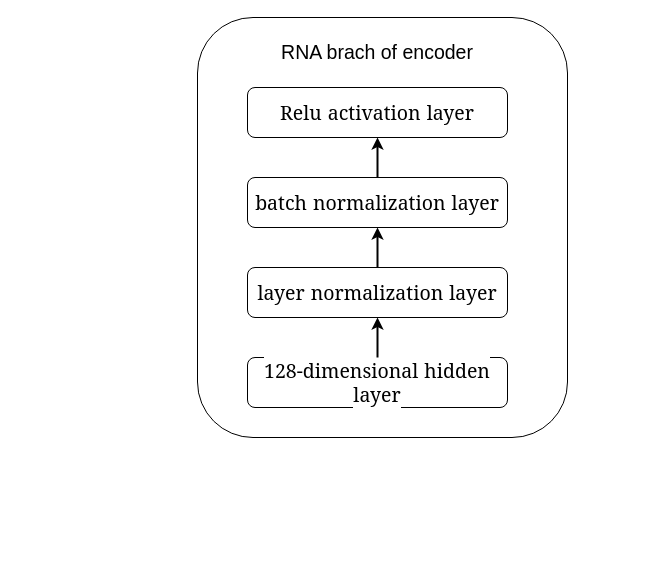
This is page "第 1 页" (1 of 5) of singleCellMutiOmics/scMVP.drawio from Freedom04/Technical-Notes, a draw.io file, before an edit. Source tidied: cells renumbered, new cells numbered last; positions are measured from the earlier drawing's top-left corner, leaving out a move shared by most shapes. Both pictures are drawn from the tidied source at 100%, with x=0, y=0 at pixel (197, 17).
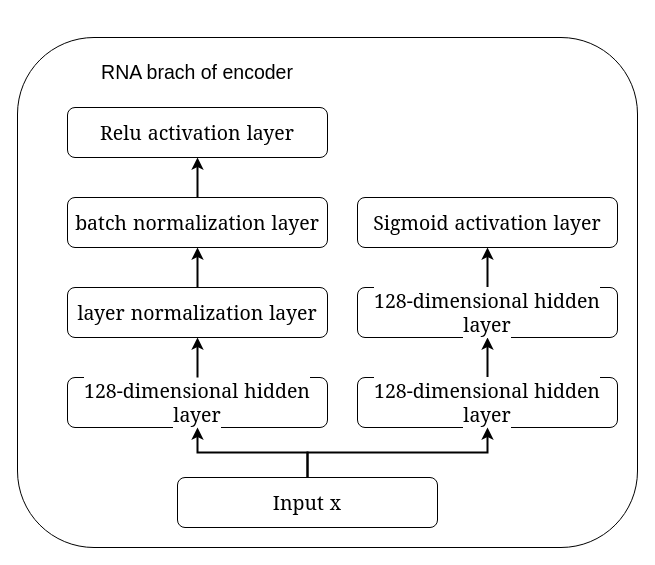
Above is the later version.

The edit, as a diff of the source:
```diff
@@
 <mxGraphModel>
   <root>
     <mxCell id="0" />
     <mxCell id="1" parent="0" />
-    <mxCell id="2" style="group;" parent="1" vertex="1">
-      <mxGeometry width="370" height="420" as="geometry" />
-    </mxCell>
-    <mxCell id="3" style="rounded=1;whiteSpace=wrap;html=1;" parent="2" vertex="1">
-      <mxGeometry width="370" height="420" as="geometry" />
+    <mxCell id="3" style="rounded=1;whiteSpace=wrap;html=1;" parent="1" vertex="1">
+      <mxGeometry x="-180" y="20" width="620" height="510" as="geometry" />
     </mxCell>
-    <mxCell id="4" value="&lt;span style=&quot;font-family: Georgia, Cambria, Menlo, &amp;quot;Microsoft YaHei&amp;quot;, 微软雅黑, Georgia, Times, SimSun; font-size: 19.5px; orphans: 4; text-align: justify; word-spacing: 0.975px; background-color: rgb(255, 255, 255);&quot;&gt;128-dimensional hidden layer&lt;/span&gt;" style="rounded=1;whiteSpace=wrap;html=1;" parent="2" vertex="1">
-      <mxGeometry x="50" y="340" width="260" height="50" as="geometry" />
+    <mxCell id="4" value="&lt;span style=&quot;font-family: Georgia, Cambria, Menlo, &amp;quot;Microsoft YaHei&amp;quot;, 微软雅黑, Georgia, Times, SimSun; font-size: 19.5px; orphans: 4; text-align: justify; word-spacing: 0.975px; background-color: rgb(255, 255, 255);&quot;&gt;128-dimensional hidden layer&lt;/span&gt;" style="rounded=1;whiteSpace=wrap;html=1;" parent="1" vertex="1">
+      <mxGeometry x="-130" y="360" width="260" height="50" as="geometry" />
     </mxCell>
-    <mxCell id="5" value="&lt;span style=&quot;font-family: Georgia, Cambria, Menlo, &amp;quot;Microsoft YaHei&amp;quot;, 微软雅黑, Georgia, Times, SimSun; font-size: 19.5px; orphans: 4; text-align: justify; word-spacing: 0.975px; background-color: rgb(255, 255, 255);&quot;&gt;layer normalization layer&lt;/span&gt;" style="rounded=1;whiteSpace=wrap;html=1;" parent="2" vertex="1">
-      <mxGeometry x="50" y="250" width="260" height="50" as="geometry" />
+    <mxCell id="5" value="&lt;span style=&quot;font-family: Georgia, Cambria, Menlo, &amp;quot;Microsoft YaHei&amp;quot;, 微软雅黑, Georgia, Times, SimSun; font-size: 19.5px; orphans: 4; text-align: justify; word-spacing: 0.975px; background-color: rgb(255, 255, 255);&quot;&gt;layer normalization layer&lt;/span&gt;" style="rounded=1;whiteSpace=wrap;html=1;" parent="1" vertex="1">
+      <mxGeometry x="-130" y="270" width="260" height="50" as="geometry" />
     </mxCell>
-    <mxCell id="6" style="edgeStyle=orthogonalEdgeStyle;rounded=0;jettySize=auto;html=1;entryX=0.5;entryY=1;entryDx=0;entryDy=0;strokeWidth=2;" parent="2" edge="1" source="4" target="5">
+    <mxCell id="6" style="edgeStyle=orthogonalEdgeStyle;rounded=0;jettySize=auto;html=1;entryX=0.5;entryY=1;entryDx=0;entryDy=0;strokeWidth=2;" parent="1" edge="1" source="4" target="5">
       <mxGeometry relative="1" as="geometry" />
     </mxCell>
-    <mxCell id="7" value="&lt;span style=&quot;font-family: Georgia, Cambria, Menlo, &amp;quot;Microsoft YaHei&amp;quot;, 微软雅黑, Georgia, Times, SimSun; font-size: 19.5px; orphans: 4; text-align: justify; word-spacing: 0.975px; background-color: rgb(255, 255, 255);&quot;&gt;batch normalization layer&lt;/span&gt;" style="rounded=1;whiteSpace=wrap;html=1;" parent="2" vertex="1">
-      <mxGeometry x="50" y="160" width="260" height="50" as="geometry" />
+    <mxCell id="7" value="&lt;span style=&quot;font-family: Georgia, Cambria, Menlo, &amp;quot;Microsoft YaHei&amp;quot;, 微软雅黑, Georgia, Times, SimSun; font-size: 19.5px; orphans: 4; text-align: justify; word-spacing: 0.975px; background-color: rgb(255, 255, 255);&quot;&gt;batch normalization layer&lt;/span&gt;" style="rounded=1;whiteSpace=wrap;html=1;" parent="1" vertex="1">
+      <mxGeometry x="-130" y="180" width="260" height="50" as="geometry" />
     </mxCell>
-    <mxCell id="8" style="edgeStyle=orthogonalEdgeStyle;rounded=0;jettySize=auto;html=1;exitX=0.5;exitY=0;exitDx=0;exitDy=0;entryX=0.5;entryY=1;entryDx=0;entryDy=0;strokeWidth=2;" parent="2" edge="1" source="5" target="7">
+    <mxCell id="8" style="edgeStyle=orthogonalEdgeStyle;rounded=0;jettySize=auto;html=1;exitX=0.5;exitY=0;exitDx=0;exitDy=0;entryX=0.5;entryY=1;entryDx=0;entryDy=0;strokeWidth=2;" parent="1" edge="1" source="5" target="7">
       <mxGeometry relative="1" as="geometry" />
     </mxCell>
-    <mxCell id="9" style="edgeStyle=orthogonalEdgeStyle;rounded=0;orthogonalLoop=1;jettySize=auto;html=1;exitX=0.5;exitY=1;exitDx=0;exitDy=0;" parent="2" edge="1" source="7" target="7">
+    <mxCell id="9" style="edgeStyle=orthogonalEdgeStyle;rounded=0;orthogonalLoop=1;jettySize=auto;html=1;exitX=0.5;exitY=1;exitDx=0;exitDy=0;" parent="1" edge="1" source="7" target="7">
       <mxGeometry relative="1" as="geometry" />
     </mxCell>
-    <mxCell id="10" value="&lt;span style=&quot;font-family: Georgia, Cambria, Menlo, &amp;quot;Microsoft YaHei&amp;quot;, 微软雅黑, Georgia, Times, SimSun; font-size: 19.5px; orphans: 4; text-align: justify; word-spacing: 0.975px; background-color: rgb(255, 255, 255);&quot;&gt;Relu activation layer&lt;/span&gt;" style="rounded=1;whiteSpace=wrap;html=1;" parent="2" vertex="1">
-      <mxGeometry x="50" y="70" width="260" height="50" as="geometry" />
+    <mxCell id="10" value="&lt;span style=&quot;font-family: Georgia, Cambria, Menlo, &amp;quot;Microsoft YaHei&amp;quot;, 微软雅黑, Georgia, Times, SimSun; font-size: 19.5px; orphans: 4; text-align: justify; word-spacing: 0.975px; background-color: rgb(255, 255, 255);&quot;&gt;Relu activation layer&lt;/span&gt;" style="rounded=1;whiteSpace=wrap;html=1;" parent="1" vertex="1">
+      <mxGeometry x="-130" y="90" width="260" height="50" as="geometry" />
     </mxCell>
-    <mxCell id="11" style="edgeStyle=orthogonalEdgeStyle;rounded=0;jettySize=auto;html=1;exitX=0.5;exitY=0;exitDx=0;exitDy=0;entryX=0.5;entryY=1;entryDx=0;entryDy=0;strokeWidth=2;" parent="2" edge="1" source="7" target="10">
+    <mxCell id="11" style="edgeStyle=orthogonalEdgeStyle;rounded=0;jettySize=auto;html=1;exitX=0.5;exitY=0;exitDx=0;exitDy=0;entryX=0.5;entryY=1;entryDx=0;entryDy=0;strokeWidth=2;" parent="1" edge="1" source="7" target="10">
       <mxGeometry relative="1" as="geometry" />
     </mxCell>
-    <mxCell id="12" value="&lt;font style=&quot;font-size: 19.5px;&quot;&gt;RNA brach of encoder&lt;/font&gt;" style="rounded=1;whiteSpace=wrap;html=1;strokeColor=none;" parent="2" vertex="1">
-      <mxGeometry x="60" y="10" width="240" height="50" as="geometry" />
+    <mxCell id="12" value="&lt;font style=&quot;font-size: 19.5px;&quot;&gt;RNA brach of encoder&lt;/font&gt;" style="rounded=1;whiteSpace=wrap;html=1;strokeColor=none;" parent="1" vertex="1">
+      <mxGeometry x="-120" y="30" width="240" height="50" as="geometry" />
     </mxCell>
+    <mxCell id="13" style="edgeStyle=orthogonalEdgeStyle;rounded=0;jettySize=auto;html=1;entryX=0.5;entryY=1;entryDx=0;entryDy=0;strokeWidth=2;" parent="1" edge="1" source="14" target="16">
+      <mxGeometry relative="1" as="geometry" />
+    </mxCell>
+    <mxCell id="14" value="&lt;span style=&quot;font-family: Georgia, Cambria, Menlo, &amp;quot;Microsoft YaHei&amp;quot;, 微软雅黑, Georgia, Times, SimSun; font-size: 19.5px; orphans: 4; text-align: justify; word-spacing: 0.975px; background-color: rgb(255, 255, 255);&quot;&gt;128-dimensional hidden layer&lt;/span&gt;" style="rounded=1;whiteSpace=wrap;html=1;" parent="1" vertex="1">
+      <mxGeometry x="160" y="360" width="260" height="50" as="geometry" />
+    </mxCell>
+    <mxCell id="15" style="edgeStyle=orthogonalEdgeStyle;rounded=0;jettySize=auto;html=1;strokeWidth=2;" parent="1" edge="1" source="16" target="20">
+      <mxGeometry relative="1" as="geometry" />
+    </mxCell>
+    <mxCell id="16" value="&lt;span style=&quot;font-family: Georgia, Cambria, Menlo, &amp;quot;Microsoft YaHei&amp;quot;, 微软雅黑, Georgia, Times, SimSun; font-size: 19.5px; orphans: 4; text-align: justify; word-spacing: 0.975px; background-color: rgb(255, 255, 255);&quot;&gt;128-dimensional hidden layer&lt;/span&gt;" style="rounded=1;whiteSpace=wrap;html=1;" parent="1" vertex="1">
+      <mxGeometry x="160" y="270" width="260" height="50" as="geometry" />
+    </mxCell>
+    <mxCell id="17" style="edgeStyle=orthogonalEdgeStyle;rounded=0;jettySize=auto;html=1;strokeWidth=2;" parent="1" edge="1" source="19" target="4">
+      <mxGeometry relative="1" as="geometry" />
+    </mxCell>
+    <mxCell id="18" style="edgeStyle=orthogonalEdgeStyle;rounded=0;jettySize=auto;html=1;strokeWidth=2;" parent="1" edge="1" source="19" target="14">
+      <mxGeometry relative="1" as="geometry" />
+    </mxCell>
+    <mxCell id="19" value="&lt;span style=&quot;font-family: Georgia, Cambria, Menlo, &amp;quot;Microsoft YaHei&amp;quot;, 微软雅黑, Georgia, Times, SimSun; font-size: 19.5px; orphans: 4; text-align: justify; word-spacing: 0.975px; background-color: rgb(255, 255, 255);&quot;&gt;Input&amp;nbsp;x&lt;/span&gt;" style="rounded=1;whiteSpace=wrap;html=1;" parent="1" vertex="1">
+      <mxGeometry x="-20" y="460" width="260" height="50" as="geometry" />
+    </mxCell>
+    <mxCell id="20" value="&lt;span style=&quot;font-family: Georgia, Cambria, Menlo, &amp;quot;Microsoft YaHei&amp;quot;, 微软雅黑, Georgia, Times, SimSun; font-size: 19.5px; orphans: 4; text-align: justify; word-spacing: 0.975px; background-color: rgb(255, 255, 255);&quot;&gt;Sigmoid activation layer&lt;br&gt;&lt;/span&gt;" style="rounded=1;whiteSpace=wrap;html=1;" parent="1" vertex="1">
+      <mxGeometry x="160" y="180" width="260" height="50" as="geometry" />
+    </mxCell>
   </root>
 </mxGraphModel>
```
